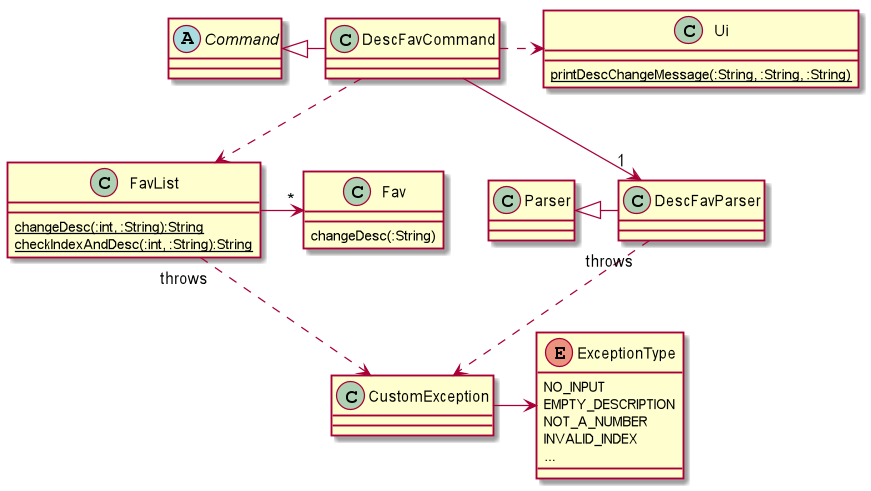
The PlantUML diagram docs/DG_Diagrams/descFavClass.png in nus-cs2113-AY2021S1/tp, before a commit. Source of this version:
```plantuml
@startuml

abstract class Command

class FavList {
 {static} changeDesc(:int, :String):String
 {static} checkIndexAndDesc(:int, :String):String
}

class Fav {
    changeDesc(:String)
}

enum ExceptionType {
NO_INPUT
EMPTY_DESCRIPTION
NOT_A_NUMBER
INVALID_INDEX
...
}

Class Ui {
{static} printDescChangeMessage(:String, :String, :String)
}

Command <|- DescFavCommand
Parser <|- DescFavParser
DescFavParser "1"<--down DescFavCommand

DescFavCommand ..> FavList
FavList "throws"..> CustomException
DescFavParser "throws"..> CustomException

FavList ->"*" Fav

CustomException -> ExceptionType

DescFavCommand .> Ui

@enduml
```
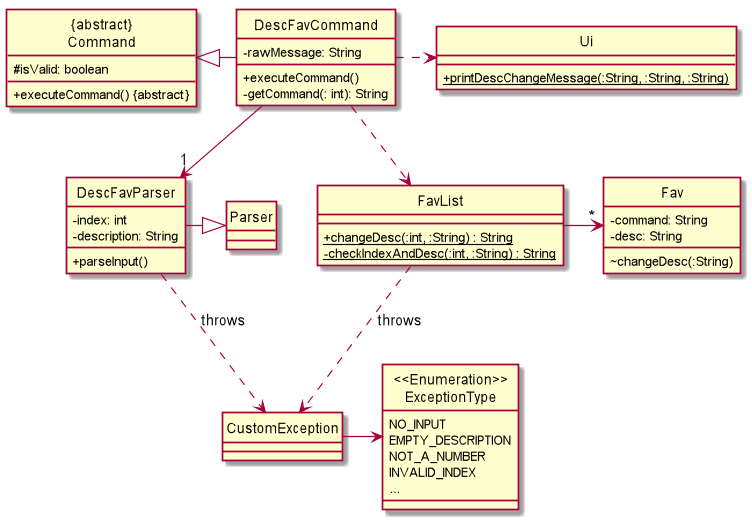
The same file after the commit.

Commit message:
Update /descfav class diagram

(cherry picked from commit ee9b58860d2cb22132ecf4ada6737d95d42f8924)

What changed in the source:
```diff
@@ -1,17 +1,21 @@
 @startuml
 
-abstract class Command
+hide circle
+skinparam classAttributeIconSize 0
 
 class FavList {
- {static} changeDesc(:int, :String):String
- {static} checkIndexAndDesc(:int, :String):String
++ {static} changeDesc(:int, :String) : String
+- {static} checkIndexAndDesc(:int, :String) : String
 }
 
 class Fav {
-    changeDesc(:String)
+- command: String
+- desc: String
+
+~ changeDesc(:String)
 }
 
-enum ExceptionType {
+enum "<<Enumeration>>\nExceptionType" {
 NO_INPUT
 EMPTY_DESCRIPTION
 NOT_A_NUMBER
@@ -20,20 +24,40 @@
 }
 
 Class Ui {
-{static} printDescChangeMessage(:String, :String, :String)
++ {static} printDescChangeMessage(:String, :String, :String)
 }
 
-Command <|- DescFavCommand
-Parser <|- DescFavParser
+Class "{abstract}\nCommand" {
+# isValid: boolean
+
++ executeCommand() &#123;abstract&#125;
+}
+
+Class DescFavCommand {
+- rawMessage: String
+
++ executeCommand()
+- getCommand(: int): String
+}
+
+Class DescFavParser {
+- index: int
+- description: String
+
++ parseInput()
+}
+
+"{abstract}\nCommand" <|- DescFavCommand
+Parser <|-left DescFavParser
 DescFavParser "1"<--down DescFavCommand
 
 DescFavCommand ..> FavList
-FavList "throws"..> CustomException
-DescFavParser "throws"..> CustomException
+FavList ..> CustomException : throws
+DescFavParser ..> CustomException : throws
 
 FavList ->"*" Fav
 
-CustomException -> ExceptionType
+CustomException -> "<<Enumeration>>\nExceptionType"
 
 DescFavCommand .> Ui
 
```
